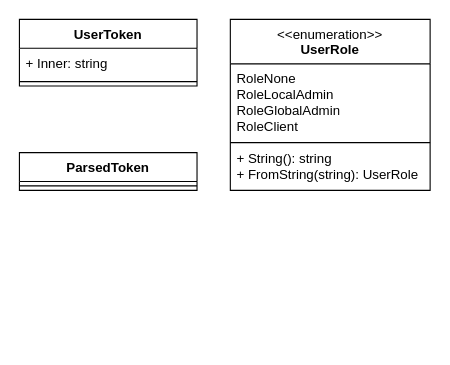
alimitedgroup/alimitedgroup.github.io keeps this draw.io diagram as assets/drawio/apigateway.drawio. Above is the earlier version. Source tidied: cells renumbered, new cells numbered last; positions are measured from the earlier drawing's top-left corner, leaving out a move shared by most shapes. Both pictures are drawn from the tidied source at 111%, with x=0, y=0 at pixel (19, 19).
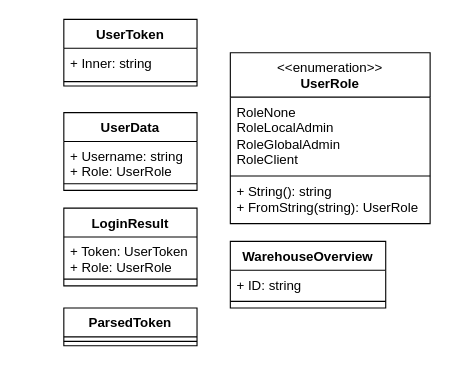
After the change.

Commit message:
apigateway: more types

Diff of the diagram source:
```diff
@@
     <mxCell id="2" value="&lt;span style=&quot;font-weight: normal;&quot;&gt;&amp;lt;&amp;lt;enumeration&amp;gt;&amp;gt;&lt;/span&gt;&lt;br&gt;&lt;b&gt;UserRole&lt;/b&gt;" style="swimlane;fontStyle=1;align=center;verticalAlign=top;horizontal=1;startSize=40;whiteSpace=wrap;html=1;" parent="1" vertex="1">
-      <mxGeometry x="190" width="180" height="154" as="geometry" />
+      <mxGeometry x="190" y="30" width="180" height="154" as="geometry" />
     </mxCell>
@@
     <mxCell id="6" value="ParsedToken" style="swimlane;fontStyle=1;align=center;verticalAlign=top;horizontal=1;startSize=26;whiteSpace=wrap;html=1;" parent="1" vertex="1">
-      <mxGeometry y="120" width="160" height="34" as="geometry" />
+      <mxGeometry x="40" y="260" width="120" height="34" as="geometry" />
     </mxCell>
     <mxCell id="7" style="line;strokeWidth=1;fillColor=none;align=left;verticalAlign=middle;spacingTop=-1;spacingLeft=3;spacingRight=3;labelPosition=right;strokeColor=inherit;" parent="6" vertex="1">
-      <mxGeometry y="26" width="160" height="8" as="geometry" />
+      <mxGeometry y="26" width="120" height="8" as="geometry" />
     </mxCell>
     <mxCell id="8" value="UserToken" style="swimlane;fontStyle=1;align=center;verticalAlign=top;horizontal=1;startSize=26;whiteSpace=wrap;html=1;" parent="1" vertex="1">
-      <mxGeometry width="160" height="60" as="geometry" />
+      <mxGeometry x="40" width="120" height="60" as="geometry" />
     </mxCell>
     <mxCell id="9" value="+ Inner: string" style="text;strokeColor=none;fillColor=none;align=left;verticalAlign=top;spacingLeft=4;spacingRight=4;overflow=hidden;whiteSpace=wrap;html=1;" parent="8" vertex="1">
-      <mxGeometry y="26" width="160" height="26" as="geometry" />
+      <mxGeometry y="26" width="120" height="26" as="geometry" />
     </mxCell>
     <mxCell id="10" style="line;strokeWidth=1;fillColor=none;align=left;verticalAlign=middle;spacingTop=-1;spacingLeft=3;spacingRight=3;labelPosition=right;strokeColor=inherit;" parent="8" vertex="1">
-      <mxGeometry y="52" width="160" height="8" as="geometry" />
+      <mxGeometry y="52" width="120" height="8" as="geometry" />
     </mxCell>
+    <mxCell id="11" value="UserData" style="swimlane;fontStyle=1;align=center;verticalAlign=top;horizontal=1;startSize=26;whiteSpace=wrap;html=1;" parent="1" vertex="1">
+      <mxGeometry x="40" y="84" width="120" height="70" as="geometry" />
+    </mxCell>
+    <mxCell id="12" value="+ Username: string&lt;br&gt;+ Role: UserRole" style="text;strokeColor=none;fillColor=none;align=left;verticalAlign=top;spacingLeft=4;spacingRight=4;overflow=hidden;whiteSpace=wrap;html=1;" parent="11" vertex="1">
+      <mxGeometry y="26" width="120" height="34" as="geometry" />
+    </mxCell>
+    <mxCell id="13" style="line;strokeWidth=1;fillColor=none;align=left;verticalAlign=middle;spacingTop=-1;spacingLeft=3;spacingRight=3;labelPosition=right;strokeColor=inherit;" parent="11" vertex="1">
+      <mxGeometry y="60" width="120" height="8" as="geometry" />
+    </mxCell>
+    <mxCell id="14" style="text;strokeColor=none;fillColor=none;align=left;verticalAlign=top;spacingLeft=4;spacingRight=4;overflow=hidden;whiteSpace=wrap;html=1;" parent="11" vertex="1">
+      <mxGeometry y="68" width="120" height="2" as="geometry" />
+    </mxCell>
+    <mxCell id="15" value="LoginResult" style="swimlane;fontStyle=1;align=center;verticalAlign=top;horizontal=1;startSize=26;whiteSpace=wrap;html=1;" parent="1" vertex="1">
+      <mxGeometry x="40" y="170" width="120" height="70" as="geometry" />
+    </mxCell>
+    <mxCell id="16" value="+ Token: UserToken&lt;br&gt;+ Role: UserRole" style="text;strokeColor=none;fillColor=none;align=left;verticalAlign=top;spacingLeft=4;spacingRight=4;overflow=hidden;whiteSpace=wrap;html=1;" parent="15" vertex="1">
+      <mxGeometry y="26" width="120" height="34" as="geometry" />
+    </mxCell>
+    <mxCell id="17" style="line;strokeWidth=1;fillColor=none;align=left;verticalAlign=middle;spacingTop=-1;spacingLeft=3;spacingRight=3;labelPosition=right;strokeColor=inherit;" parent="15" vertex="1">
+      <mxGeometry y="60" width="120" height="8" as="geometry" />
+    </mxCell>
+    <mxCell id="18" style="text;strokeColor=none;fillColor=none;align=left;verticalAlign=top;spacingLeft=4;spacingRight=4;overflow=hidden;whiteSpace=wrap;html=1;" parent="15" vertex="1">
+      <mxGeometry y="68" width="120" height="2" as="geometry" />
+    </mxCell>
+    <mxCell id="19" value="WarehouseOverview" style="swimlane;fontStyle=1;align=center;verticalAlign=top;horizontal=1;startSize=26;whiteSpace=wrap;html=1;" parent="1" vertex="1">
+      <mxGeometry x="190" y="200" width="140" height="60" as="geometry" />
+    </mxCell>
+    <mxCell id="20" value="+ ID: string" style="text;strokeColor=none;fillColor=none;align=left;verticalAlign=top;spacingLeft=4;spacingRight=4;overflow=hidden;whiteSpace=wrap;html=1;" parent="19" vertex="1">
+      <mxGeometry y="26" width="140" height="24" as="geometry" />
+    </mxCell>
+    <mxCell id="21" style="line;strokeWidth=1;fillColor=none;align=left;verticalAlign=middle;spacingTop=-1;spacingLeft=3;spacingRight=3;labelPosition=right;strokeColor=inherit;" parent="19" vertex="1">
+      <mxGeometry y="50" width="140" height="8" as="geometry" />
+    </mxCell>
+    <mxCell id="22" style="text;strokeColor=none;fillColor=none;align=left;verticalAlign=top;spacingLeft=4;spacingRight=4;overflow=hidden;whiteSpace=wrap;html=1;" parent="19" vertex="1">
+      <mxGeometry y="58" width="140" height="2" as="geometry" />
+    </mxCell>
```
